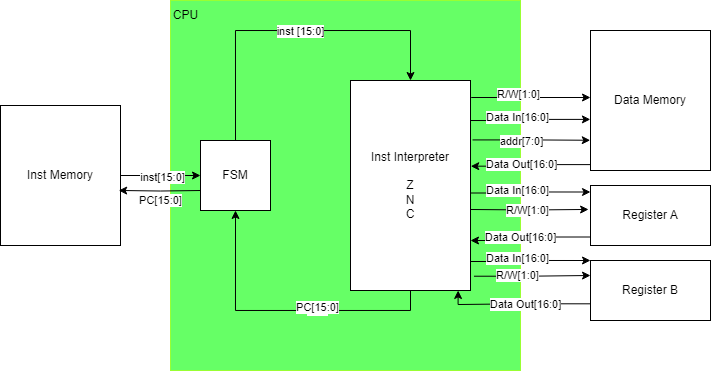
This is SystemArchitectureRevised.png from JasperGrant/S-Machine-CPU, a draw.io export, as it was before one commit. Source tidied: cells renumbered, new cells last; positions are measured from the earlier drawing's top-left corner, leaving out a move shared by most shapes. Source of this version:
```xml
<mxGraphModel>
  <root>
    <mxCell id="0" />
    <mxCell id="1" parent="0" />
    <mxCell id="2" style="rounded=0;whiteSpace=wrap;html=1;strokeColor=#99FF33;fillColor=#66FF66;" parent="1" vertex="1">
      <mxGeometry x="170" width="350" height="370" as="geometry" />
    </mxCell>
    <mxCell id="3" style="edgeStyle=orthogonalEdgeStyle;rounded=0;jettySize=auto;html=1;entryX=0.5;entryY=1;entryDx=0;entryDy=0;exitX=0.5;exitY=1;exitDx=0;exitDy=0;" parent="1" edge="1" source="8" target="11">
      <mxGeometry relative="1" as="geometry">
        <Array as="points">
          <mxPoint x="410" y="310" />
          <mxPoint x="235" y="310" />
        </Array>
      </mxGeometry>
    </mxCell>
    <mxCell id="4" value="Text" style="edgeLabel;html=1;align=center;verticalAlign=middle;" parent="3" vertex="1">
      <mxGeometry x="-0.23" y="-1" relative="1" as="geometry" />
    </mxCell>
    <mxCell id="5" value="PC[15:0]" style="edgeLabel;html=1;align=center;verticalAlign=middle;" parent="3" vertex="1">
      <mxGeometry x="-0.23" y="-3" relative="1" as="geometry" />
    </mxCell>
    <mxCell id="6" style="edgeStyle=orthogonalEdgeStyle;rounded=0;jettySize=auto;html=1;entryX=0;entryY=0.25;entryDx=0;entryDy=0;exitX=1.029;exitY=0.932;exitDx=0;exitDy=0;exitPerimeter=0;" parent="1" edge="1" source="8" target="17">
      <mxGeometry relative="1" as="geometry" />
    </mxCell>
    <mxCell id="7" value="R/W[1:0]" style="edgeLabel;html=1;align=center;verticalAlign=middle;" parent="6" vertex="1">
      <mxGeometry x="-0.33" y="1" relative="1" as="geometry">
        <mxPoint x="4" as="offset" />
      </mxGeometry>
    </mxCell>
    <mxCell id="8" value="Inst Interpreter&lt;br&gt;&lt;br&gt;Z&lt;br&gt;N&lt;br&gt;C" style="rounded=0;whiteSpace=wrap;html=1;" parent="1" vertex="1">
      <mxGeometry x="350" y="80" width="120" height="210" as="geometry" />
    </mxCell>
    <mxCell id="9" style="edgeStyle=orthogonalEdgeStyle;rounded=0;jettySize=auto;html=1;entryX=0.5;entryY=0;entryDx=0;entryDy=0;exitX=0.5;exitY=0;exitDx=0;exitDy=0;" parent="1" edge="1" source="11" target="8">
      <mxGeometry relative="1" as="geometry">
        <Array as="points">
          <mxPoint x="235" y="30" />
          <mxPoint x="410" y="30" />
        </Array>
      </mxGeometry>
    </mxCell>
    <mxCell id="10" value="inst [15:0]" style="edgeLabel;html=1;align=center;verticalAlign=middle;" parent="9" vertex="1">
      <mxGeometry x="0.04" y="-1" relative="1" as="geometry" />
    </mxCell>
    <mxCell id="11" value="FSM" style="rounded=0;whiteSpace=wrap;html=1;" parent="1" vertex="1">
      <mxGeometry x="200" y="140" width="70" height="70" as="geometry" />
    </mxCell>
    <mxCell id="12" style="edgeStyle=orthogonalEdgeStyle;rounded=0;jettySize=auto;html=1;entryX=0;entryY=0.5;entryDx=0;entryDy=0;" parent="1" edge="1" source="14" target="11">
      <mxGeometry relative="1" as="geometry" />
    </mxCell>
    <mxCell id="13" value="inst[15:0]" style="edgeLabel;html=1;align=center;verticalAlign=middle;" parent="12" vertex="1">
      <mxGeometry x="0.04" y="-2" relative="1" as="geometry" />
    </mxCell>
    <mxCell id="14" value="Inst Memory" style="rounded=0;whiteSpace=wrap;html=1;" parent="1" vertex="1">
      <mxGeometry y="105" width="120" height="140" as="geometry" />
    </mxCell>
    <mxCell id="15" value="Data Memory" style="rounded=0;whiteSpace=wrap;html=1;" parent="1" vertex="1">
      <mxGeometry x="590" y="30" width="120" height="140" as="geometry" />
    </mxCell>
    <mxCell id="16" value="Register A" style="rounded=0;whiteSpace=wrap;html=1;" parent="1" vertex="1">
      <mxGeometry x="590" y="185" width="120" height="60" as="geometry" />
    </mxCell>
    <mxCell id="17" value="Register B" style="rounded=0;whiteSpace=wrap;html=1;" parent="1" vertex="1">
      <mxGeometry x="590" y="260" width="120" height="60" as="geometry" />
    </mxCell>
    <mxCell id="18" style="edgeStyle=orthogonalEdgeStyle;rounded=0;jettySize=auto;html=1;exitX=1.006;exitY=0.081;exitDx=0;exitDy=0;exitPerimeter=0;" parent="1" edge="1" source="8">
      <mxGeometry relative="1" as="geometry">
        <mxPoint x="590" y="97" as="targetPoint" />
      </mxGeometry>
    </mxCell>
    <mxCell id="19" value="R/W[1:0]" style="edgeLabel;html=1;align=center;verticalAlign=middle;" parent="18" vertex="1">
      <mxGeometry x="-0.23" y="3" relative="1" as="geometry">
        <mxPoint x="1" as="offset" />
      </mxGeometry>
    </mxCell>
    <mxCell id="20" style="edgeStyle=orthogonalEdgeStyle;rounded=0;jettySize=auto;html=1;entryX=-0.016;entryY=0.399;entryDx=0;entryDy=0;entryPerimeter=0;" parent="1" edge="1" target="16">
      <mxGeometry relative="1" as="geometry">
        <mxPoint x="470" y="209" as="sourcePoint" />
      </mxGeometry>
    </mxCell>
    <mxCell id="21" value="R/W[1:0]" style="edgeLabel;html=1;align=center;verticalAlign=middle;" parent="20" vertex="1">
      <mxGeometry x="0.05" y="-3" relative="1" as="geometry">
        <mxPoint x="-5" y="-2" as="offset" />
      </mxGeometry>
    </mxCell>
    <mxCell id="22" style="edgeStyle=orthogonalEdgeStyle;rounded=0;jettySize=auto;html=1;entryX=-0.001;entryY=0.635;entryDx=0;entryDy=0;entryPerimeter=0;" parent="1" edge="1" source="8" target="15">
      <mxGeometry relative="1" as="geometry">
        <Array as="points">
          <mxPoint x="505" y="120" />
          <mxPoint x="505" y="119" />
        </Array>
      </mxGeometry>
    </mxCell>
    <mxCell id="23" value="Data In[16:0]" style="edgeLabel;html=1;align=center;verticalAlign=middle;" parent="22" vertex="1">
      <mxGeometry x="-0.21" y="2" relative="1" as="geometry" />
    </mxCell>
    <mxCell id="24" style="edgeStyle=orthogonalEdgeStyle;rounded=0;jettySize=auto;html=1;entryX=1.002;entryY=0.408;entryDx=0;entryDy=0;entryPerimeter=0;exitX=0.002;exitY=0.958;exitDx=0;exitDy=0;exitPerimeter=0;" parent="1" edge="1" source="15" target="8">
      <mxGeometry relative="1" as="geometry" />
    </mxCell>
    <mxCell id="25" value="Data Out[16:0]" style="edgeLabel;html=1;align=center;verticalAlign=middle;" parent="24" vertex="1">
      <mxGeometry x="-0.25" relative="1" as="geometry">
        <mxPoint x="-24" as="offset" />
      </mxGeometry>
    </mxCell>
    <mxCell id="26" style="edgeStyle=orthogonalEdgeStyle;rounded=0;jettySize=auto;html=1;entryX=-0.002;entryY=0.784;entryDx=0;entryDy=0;entryPerimeter=0;exitX=1.017;exitY=0.283;exitDx=0;exitDy=0;exitPerimeter=0;" parent="1" edge="1" source="8" target="15">
      <mxGeometry relative="1" as="geometry" />
    </mxCell>
    <mxCell id="27" value="addr[7:0]" style="edgeLabel;html=1;align=center;verticalAlign=middle;" parent="26" vertex="1">
      <mxGeometry x="-0.34" y="-2" relative="1" as="geometry">
        <mxPoint x="9" y="-1" as="offset" />
      </mxGeometry>
    </mxCell>
    <mxCell id="28" style="edgeStyle=orthogonalEdgeStyle;rounded=0;orthogonalLoop=1;jettySize=auto;html=1;entryX=-0.001;entryY=0.635;entryDx=0;entryDy=0;entryPerimeter=0;" parent="1" edge="1">
      <mxGeometry relative="1" as="geometry">
        <mxPoint x="470" y="192.5" as="sourcePoint" />
        <mxPoint x="590" y="191.5" as="targetPoint" />
        <Array as="points">
          <mxPoint x="505" y="192.5" />
          <mxPoint x="505" y="191.5" />
        </Array>
      </mxGeometry>
    </mxCell>
    <mxCell id="29" value="Data In[16:0]" style="edgeLabel;html=1;align=center;verticalAlign=middle;" parent="28" vertex="1">
      <mxGeometry x="-0.21" y="2" relative="1" as="geometry" />
    </mxCell>
    <mxCell id="30" style="edgeStyle=orthogonalEdgeStyle;rounded=0;orthogonalLoop=1;jettySize=auto;html=1;exitX=0.002;exitY=0.958;exitDx=0;exitDy=0;exitPerimeter=0;" parent="1" edge="1">
      <mxGeometry relative="1" as="geometry">
        <mxPoint x="590" y="236.5" as="sourcePoint" />
        <mxPoint x="470" y="240" as="targetPoint" />
        <Array as="points">
          <mxPoint x="530" y="237" />
          <mxPoint x="530" y="240" />
        </Array>
      </mxGeometry>
    </mxCell>
    <mxCell id="31" value="Data Out[16:0]" style="edgeLabel;html=1;align=center;verticalAlign=middle;" parent="30" vertex="1">
      <mxGeometry x="-0.25" relative="1" as="geometry">
        <mxPoint x="-24" as="offset" />
      </mxGeometry>
    </mxCell>
    <mxCell id="32" style="edgeStyle=orthogonalEdgeStyle;rounded=0;orthogonalLoop=1;jettySize=auto;html=1;entryX=-0.001;entryY=0.635;entryDx=0;entryDy=0;entryPerimeter=0;" parent="1" edge="1">
      <mxGeometry relative="1" as="geometry">
        <mxPoint x="470" y="261" as="sourcePoint" />
        <mxPoint x="590" y="260" as="targetPoint" />
        <Array as="points">
          <mxPoint x="505" y="261" />
          <mxPoint x="505" y="260" />
        </Array>
      </mxGeometry>
    </mxCell>
    <mxCell id="33" value="Data In[16:0]" style="edgeLabel;html=1;align=center;verticalAlign=middle;" parent="32" vertex="1">
      <mxGeometry x="-0.21" y="2" relative="1" as="geometry" />
    </mxCell>
    <mxCell id="34" style="edgeStyle=orthogonalEdgeStyle;rounded=0;orthogonalLoop=1;jettySize=auto;html=1;entryX=0.897;entryY=1.008;entryDx=0;entryDy=0;entryPerimeter=0;exitX=0.002;exitY=0.958;exitDx=0;exitDy=0;exitPerimeter=0;" parent="1" edge="1">
      <mxGeometry relative="1" as="geometry">
        <mxPoint x="590" y="303.3" as="sourcePoint" />
        <mxPoint x="457.6" y="290" as="targetPoint" />
        <Array as="points">
          <mxPoint x="524" y="303" />
          <mxPoint x="458" y="304" />
        </Array>
      </mxGeometry>
    </mxCell>
    <mxCell id="35" value="Data Out[16:0]" style="edgeLabel;html=1;align=center;verticalAlign=middle;" parent="34" vertex="1">
      <mxGeometry x="-0.25" relative="1" as="geometry">
        <mxPoint x="-10" as="offset" />
      </mxGeometry>
    </mxCell>
    <mxCell id="36" value="CPU" style="text;html=1;align=center;verticalAlign=middle;strokeColor=none;fillColor=none;" parent="1" vertex="1">
      <mxGeometry x="160" width="50" height="30" as="geometry" />
    </mxCell>
    <mxCell id="37" style="edgeStyle=orthogonalEdgeStyle;rounded=0;jettySize=auto;html=1;entryX=0.985;entryY=0.607;entryDx=0;entryDy=0;entryPerimeter=0;" parent="1" edge="1" target="14">
      <mxGeometry relative="1" as="geometry">
        <mxPoint x="200" y="190" as="sourcePoint" />
      </mxGeometry>
    </mxCell>
    <mxCell id="38" value="PC[15:0]" style="edgeLabel;html=1;align=center;verticalAlign=middle;" parent="37" vertex="1">
      <mxGeometry x="-0.04" y="-1" relative="1" as="geometry">
        <mxPoint x="-1" y="10" as="offset" />
      </mxGeometry>
    </mxCell>
  </root>
</mxGraphModel>
```
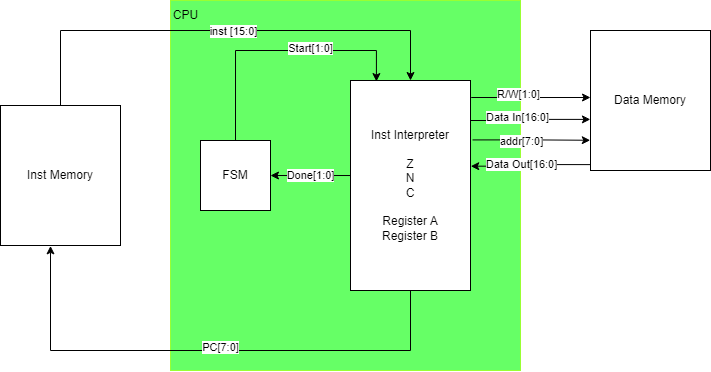
Above is the later version.

Diff of the diagram source:
```diff
@@ -5,35 +5,40 @@
     <mxCell id="2" style="rounded=0;whiteSpace=wrap;html=1;strokeColor=#99FF33;fillColor=#66FF66;" parent="1" vertex="1">
       <mxGeometry x="170" width="350" height="370" as="geometry" />
     </mxCell>
-    <mxCell id="3" style="edgeStyle=orthogonalEdgeStyle;rounded=0;jettySize=auto;html=1;entryX=0.5;entryY=1;entryDx=0;entryDy=0;exitX=0.5;exitY=1;exitDx=0;exitDy=0;" parent="1" edge="1" source="8" target="11">
+    <mxCell id="3" style="edgeStyle=orthogonalEdgeStyle;rounded=0;jettySize=auto;html=1;exitX=0.5;exitY=1;exitDx=0;exitDy=0;entryX=0.411;entryY=1.003;entryDx=0;entryDy=0;entryPerimeter=0;" parent="1" edge="1" source="8" target="14">
       <mxGeometry relative="1" as="geometry">
         <Array as="points">
-          <mxPoint x="410" y="310" />
-          <mxPoint x="235" y="310" />
+          <mxPoint x="410" y="350" />
+          <mxPoint x="50" y="350" />
+          <mxPoint x="50" y="245" />
         </Array>
       </mxGeometry>
     </mxCell>
-    <mxCell id="4" value="Text" style="edgeLabel;html=1;align=center;verticalAlign=middle;" parent="3" vertex="1">
-      <mxGeometry x="-0.23" y="-1" relative="1" as="geometry" />
-    </mxCell>
-    <mxCell id="5" value="PC[15:0]" style="edgeLabel;html=1;align=center;verticalAlign=middle;" parent="3" vertex="1">
-      <mxGeometry x="-0.23" y="-3" relative="1" as="geometry" />
+    <mxCell id="5" value="PC[7:0]" style="edgeLabel;html=1;align=center;verticalAlign=middle;" parent="3" vertex="1">
+      <mxGeometry x="-0.23" y="-3" relative="1" as="geometry">
+        <mxPoint x="-48" as="offset" />
+      </mxGeometry>
     </mxCell>
-    <mxCell id="6" style="edgeStyle=orthogonalEdgeStyle;rounded=0;jettySize=auto;html=1;entryX=0;entryY=0.25;entryDx=0;entryDy=0;exitX=1.029;exitY=0.932;exitDx=0;exitDy=0;exitPerimeter=0;" parent="1" edge="1" source="8" target="17">
-      <mxGeometry relative="1" as="geometry" />
-    </mxCell>
-    <mxCell id="7" value="R/W[1:0]" style="edgeLabel;html=1;align=center;verticalAlign=middle;" parent="6" vertex="1">
-      <mxGeometry x="-0.33" y="1" relative="1" as="geometry">
-        <mxPoint x="4" as="offset" />
-      </mxGeometry>
-    </mxCell>
+    <mxCell id="39" style="edgeStyle=orthogonalEdgeStyle;rounded=0;jettySize=auto;html=1;" parent="1" edge="1" source="8" target="11">
+      <mxGeometry relative="1" as="geometry">
+        <Array as="points">
+          <mxPoint x="330" y="175" />
+          <mxPoint x="330" y="175" />
+        </Array>
+      </mxGeometry>
+    </mxCell>
+    <mxCell id="40" value="Done[1:0]" style="edgeLabel;html=1;align=center;verticalAlign=middle;" parent="39" vertex="1">
+      <mxGeometry x="0.42" y="2" relative="1" as="geometry">
+        <mxPoint x="17" y="-2" as="offset" />
+      </mxGeometry>
+    </mxCell>
-    <mxCell id="8" value="Inst Interpreter&lt;br&gt;&lt;br&gt;Z&lt;br&gt;N&lt;br&gt;C" style="rounded=0;whiteSpace=wrap;html=1;" parent="1" vertex="1">
+    <mxCell id="8" value="Inst Interpreter&lt;br&gt;&lt;br&gt;Z&lt;br&gt;N&lt;br&gt;C&lt;br&gt;&lt;br&gt;Register A&lt;br&gt;Register B" style="rounded=0;whiteSpace=wrap;html=1;" parent="1" vertex="1">
       <mxGeometry x="350" y="80" width="120" height="210" as="geometry" />
     </mxCell>
-    <mxCell id="9" style="edgeStyle=orthogonalEdgeStyle;rounded=0;jettySize=auto;html=1;entryX=0.5;entryY=0;entryDx=0;entryDy=0;exitX=0.5;exitY=0;exitDx=0;exitDy=0;" parent="1" edge="1" source="11" target="8">
+    <mxCell id="9" style="edgeStyle=orthogonalEdgeStyle;rounded=0;jettySize=auto;html=1;entryX=0.5;entryY=0;entryDx=0;entryDy=0;exitX=0.5;exitY=0;exitDx=0;exitDy=0;" parent="1" edge="1" source="14" target="8">
       <mxGeometry relative="1" as="geometry">
         <Array as="points">
-          <mxPoint x="235" y="30" />
+          <mxPoint x="60" y="30" />
           <mxPoint x="410" y="30" />
         </Array>
       </mxGeometry>
@@ -44,24 +49,12 @@
     <mxCell id="11" value="FSM" style="rounded=0;whiteSpace=wrap;html=1;" parent="1" vertex="1">
       <mxGeometry x="200" y="140" width="70" height="70" as="geometry" />
     </mxCell>
-    <mxCell id="12" style="edgeStyle=orthogonalEdgeStyle;rounded=0;jettySize=auto;html=1;entryX=0;entryY=0.5;entryDx=0;entryDy=0;" parent="1" edge="1" source="14" target="11">
-      <mxGeometry relative="1" as="geometry" />
-    </mxCell>
-    <mxCell id="13" value="inst[15:0]" style="edgeLabel;html=1;align=center;verticalAlign=middle;" parent="12" vertex="1">
-      <mxGeometry x="0.04" y="-2" relative="1" as="geometry" />
-    </mxCell>
     <mxCell id="14" value="Inst Memory" style="rounded=0;whiteSpace=wrap;html=1;" parent="1" vertex="1">
       <mxGeometry y="105" width="120" height="140" as="geometry" />
     </mxCell>
     <mxCell id="15" value="Data Memory" style="rounded=0;whiteSpace=wrap;html=1;" parent="1" vertex="1">
       <mxGeometry x="590" y="30" width="120" height="140" as="geometry" />
     </mxCell>
-    <mxCell id="16" value="Register A" style="rounded=0;whiteSpace=wrap;html=1;" parent="1" vertex="1">
-      <mxGeometry x="590" y="185" width="120" height="60" as="geometry" />
-    </mxCell>
-    <mxCell id="17" value="Register B" style="rounded=0;whiteSpace=wrap;html=1;" parent="1" vertex="1">
-      <mxGeometry x="590" y="260" width="120" height="60" as="geometry" />
-    </mxCell>
     <mxCell id="18" style="edgeStyle=orthogonalEdgeStyle;rounded=0;jettySize=auto;html=1;exitX=1.006;exitY=0.081;exitDx=0;exitDy=0;exitPerimeter=0;" parent="1" edge="1" source="8">
       <mxGeometry relative="1" as="geometry">
         <mxPoint x="590" y="97" as="targetPoint" />
@@ -72,16 +65,6 @@
         <mxPoint x="1" as="offset" />
       </mxGeometry>
     </mxCell>
-    <mxCell id="20" style="edgeStyle=orthogonalEdgeStyle;rounded=0;jettySize=auto;html=1;entryX=-0.016;entryY=0.399;entryDx=0;entryDy=0;entryPerimeter=0;" parent="1" edge="1" target="16">
-      <mxGeometry relative="1" as="geometry">
-        <mxPoint x="470" y="209" as="sourcePoint" />
-      </mxGeometry>
-    </mxCell>
-    <mxCell id="21" value="R/W[1:0]" style="edgeLabel;html=1;align=center;verticalAlign=middle;" parent="20" vertex="1">
-      <mxGeometry x="0.05" y="-3" relative="1" as="geometry">
-        <mxPoint x="-5" y="-2" as="offset" />
-      </mxGeometry>
-    </mxCell>
     <mxCell id="22" style="edgeStyle=orthogonalEdgeStyle;rounded=0;jettySize=auto;html=1;entryX=-0.001;entryY=0.635;entryDx=0;entryDy=0;entryPerimeter=0;" parent="1" edge="1" source="8" target="15">
       <mxGeometry relative="1" as="geometry">
         <Array as="points">
@@ -109,74 +92,19 @@
         <mxPoint x="9" y="-1" as="offset" />
       </mxGeometry>
     </mxCell>
-    <mxCell id="28" style="edgeStyle=orthogonalEdgeStyle;rounded=0;orthogonalLoop=1;jettySize=auto;html=1;entryX=-0.001;entryY=0.635;entryDx=0;entryDy=0;entryPerimeter=0;" parent="1" edge="1">
-      <mxGeometry relative="1" as="geometry">
-        <mxPoint x="470" y="192.5" as="sourcePoint" />
-        <mxPoint x="590" y="191.5" as="targetPoint" />
-        <Array as="points">
-          <mxPoint x="505" y="192.5" />
-          <mxPoint x="505" y="191.5" />
-        </Array>
-      </mxGeometry>
-    </mxCell>
-    <mxCell id="29" value="Data In[16:0]" style="edgeLabel;html=1;align=center;verticalAlign=middle;" parent="28" vertex="1">
-      <mxGeometry x="-0.21" y="2" relative="1" as="geometry" />
-    </mxCell>
-    <mxCell id="30" style="edgeStyle=orthogonalEdgeStyle;rounded=0;orthogonalLoop=1;jettySize=auto;html=1;exitX=0.002;exitY=0.958;exitDx=0;exitDy=0;exitPerimeter=0;" parent="1" edge="1">
-      <mxGeometry relative="1" as="geometry">
-        <mxPoint x="590" y="236.5" as="sourcePoint" />
-        <mxPoint x="470" y="240" as="targetPoint" />
-        <Array as="points">
-          <mxPoint x="530" y="237" />
-          <mxPoint x="530" y="240" />
-        </Array>
-      </mxGeometry>
-    </mxCell>
-    <mxCell id="31" value="Data Out[16:0]" style="edgeLabel;html=1;align=center;verticalAlign=middle;" parent="30" vertex="1">
-      <mxGeometry x="-0.25" relative="1" as="geometry">
-        <mxPoint x="-24" as="offset" />
-      </mxGeometry>
-    </mxCell>
-    <mxCell id="32" style="edgeStyle=orthogonalEdgeStyle;rounded=0;orthogonalLoop=1;jettySize=auto;html=1;entryX=-0.001;entryY=0.635;entryDx=0;entryDy=0;entryPerimeter=0;" parent="1" edge="1">
-      <mxGeometry relative="1" as="geometry">
-        <mxPoint x="470" y="261" as="sourcePoint" />
-        <mxPoint x="590" y="260" as="targetPoint" />
-        <Array as="points">
-          <mxPoint x="505" y="261" />
-          <mxPoint x="505" y="260" />
-        </Array>
-      </mxGeometry>
-    </mxCell>
-    <mxCell id="33" value="Data In[16:0]" style="edgeLabel;html=1;align=center;verticalAlign=middle;" parent="32" vertex="1">
-      <mxGeometry x="-0.21" y="2" relative="1" as="geometry" />
-    </mxCell>
-    <mxCell id="34" style="edgeStyle=orthogonalEdgeStyle;rounded=0;orthogonalLoop=1;jettySize=auto;html=1;entryX=0.897;entryY=1.008;entryDx=0;entryDy=0;entryPerimeter=0;exitX=0.002;exitY=0.958;exitDx=0;exitDy=0;exitPerimeter=0;" parent="1" edge="1">
-      <mxGeometry relative="1" as="geometry">
-        <mxPoint x="590" y="303.3" as="sourcePoint" />
-        <mxPoint x="457.6" y="290" as="targetPoint" />
-        <Array as="points">
-          <mxPoint x="524" y="303" />
-          <mxPoint x="458" y="304" />
-        </Array>
-      </mxGeometry>
-    </mxCell>
-    <mxCell id="35" value="Data Out[16:0]" style="edgeLabel;html=1;align=center;verticalAlign=middle;" parent="34" vertex="1">
-      <mxGeometry x="-0.25" relative="1" as="geometry">
-        <mxPoint x="-10" as="offset" />
-      </mxGeometry>
-    </mxCell>
     <mxCell id="36" value="CPU" style="text;html=1;align=center;verticalAlign=middle;strokeColor=none;fillColor=none;" parent="1" vertex="1">
       <mxGeometry x="160" width="50" height="30" as="geometry" />
     </mxCell>
-    <mxCell id="37" style="edgeStyle=orthogonalEdgeStyle;rounded=0;jettySize=auto;html=1;entryX=0.985;entryY=0.607;entryDx=0;entryDy=0;entryPerimeter=0;" parent="1" edge="1" target="14">
-      <mxGeometry relative="1" as="geometry">
-        <mxPoint x="200" y="190" as="sourcePoint" />
-      </mxGeometry>
-    </mxCell>
-    <mxCell id="38" value="PC[15:0]" style="edgeLabel;html=1;align=center;verticalAlign=middle;" parent="37" vertex="1">
-      <mxGeometry x="-0.04" y="-1" relative="1" as="geometry">
-        <mxPoint x="-1" y="10" as="offset" />
-      </mxGeometry>
-    </mxCell>
+    <mxCell id="41" style="edgeStyle=orthogonalEdgeStyle;rounded=0;jettySize=auto;html=1;entryX=0.216;entryY=0.005;entryDx=0;entryDy=0;entryPerimeter=0;exitX=0.5;exitY=0;exitDx=0;exitDy=0;" parent="1" edge="1" source="11" target="8">
+      <mxGeometry relative="1" as="geometry">
+        <Array as="points">
+          <mxPoint x="235" y="50" />
+          <mxPoint x="376" y="50" />
+        </Array>
+      </mxGeometry>
+    </mxCell>
+    <mxCell id="42" value="Start[1:0]" style="edgeLabel;html=1;align=center;verticalAlign=middle;" parent="41" vertex="1">
+      <mxGeometry x="0.26" y="2" relative="1" as="geometry" />
+    </mxCell>
   </root>
 </mxGraphModel>
```
